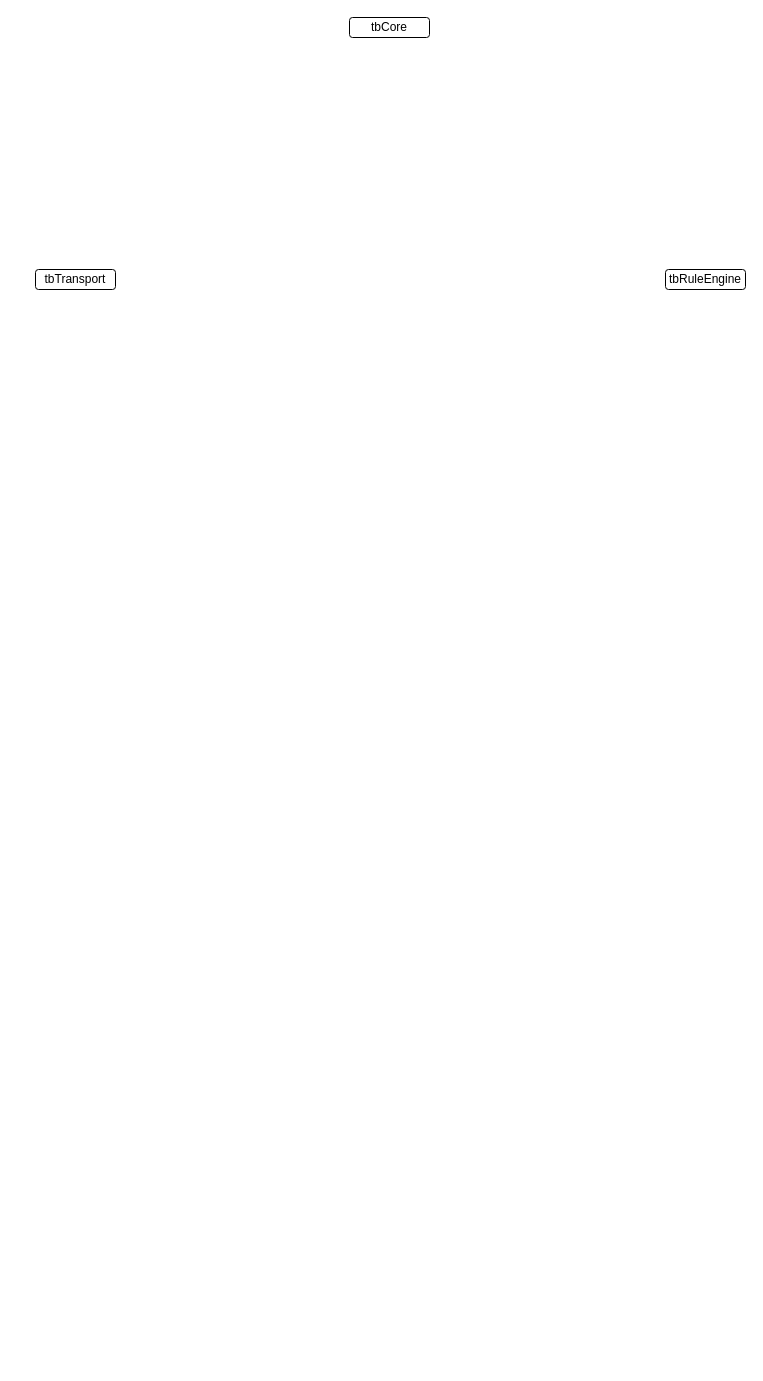
Earlier version of the draw.io diagram 未命名绘图.drawio (1922028065/demo). Source tidied: cells renumbered, new cells numbered last; positions are measured from the earlier drawing's top-left corner, leaving out a move shared by most shapes. Both pictures are drawn from the tidied source at 100%, with x=0, y=0 at pixel (35, 17).
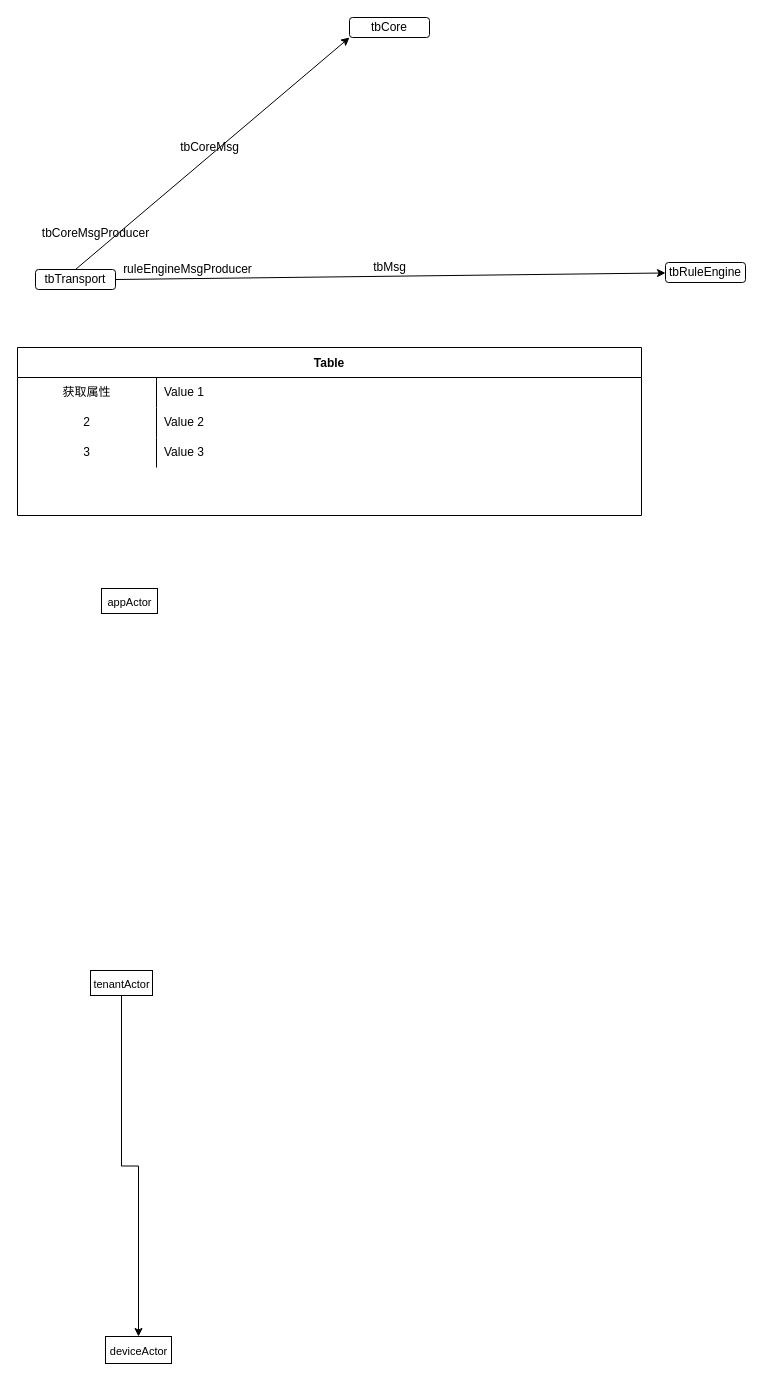
The same diagram, later.

Commit message:
更新未命名绘图.drawio

Unchanged cells that the change refers to:
```xml
<mxCell id="2" value="tbTransport" style="rounded=1;whiteSpace=wrap;html=1;" parent="1" vertex="1">
  <mxGeometry y="252" width="80" height="20" as="geometry" />
</mxCell>
<mxCell id="3" value="tbCore" style="rounded=1;whiteSpace=wrap;html=1;" parent="1" vertex="1">
  <mxGeometry x="314" width="80" height="20" as="geometry" />
</mxCell>
```

The edit, as a diff of the source:
```diff
@@
+    <mxCell id="5" style="endArrow=classic;html=1;rounded=0;exitX=0.5;exitY=0;exitDx=0;exitDy=0;entryX=0;entryY=1;entryDx=0;entryDy=0;" parent="1" edge="1" source="2" target="3">
+      <mxGeometry relative="1" as="geometry" />
+    </mxCell>
+    <mxCell id="6" value="tbCoreMsg" style="text;html=1;align=center;verticalAlign=middle;strokeColor=none;fillColor=none;" parent="1" vertex="1">
+      <mxGeometry x="138" y="118" width="72" height="24" as="geometry" />
+    </mxCell>
+    <mxCell id="7" value="tbCoreMsgProducer" style="text;html=1;align=center;verticalAlign=middle;strokeColor=none;fillColor=none;" parent="1" vertex="1">
+      <mxGeometry y="204" width="120" height="24" as="geometry" />
+    </mxCell>
+    <mxCell id="8" style="endArrow=classic;html=1;rounded=0;exitX=1;exitY=0.5;exitDx=0;exitDy=0;" parent="1" edge="1" source="2" target="4">
+      <mxGeometry relative="1" as="geometry" />
+    </mxCell>
+    <mxCell id="9" value="ruleEngineMsgProducer" style="text;html=1;align=center;verticalAlign=middle;strokeColor=none;fillColor=none;" parent="1" vertex="1">
+      <mxGeometry x="80" y="240" width="144" height="24" as="geometry" />
+    </mxCell>
+    <mxCell id="10" value="tbMsg" style="text;html=1;align=center;verticalAlign=middle;strokeColor=none;fillColor=none;fontColor=#000000;" parent="1" vertex="1">
+      <mxGeometry x="330" y="238" width="48" height="24" as="geometry" />
+    </mxCell>
+    <mxCell id="11" value="Table" style="shape=table;startSize=30;childLayout=tableLayout;rowLines=0;fontStyle=1;labelBackgroundColor=#FFFFFF;fontColor=#000000;" parent="1" vertex="1">
+      <mxGeometry x="-18" y="330" width="624" height="168" as="geometry" />
+    </mxCell>
+    <mxCell id="12" style="shape=tableRow;horizontal=0;startSize=0;swimlaneHead=0;swimlaneBody=0;top=0;left=0;bottom=0;right=0;fillColor=none;labelBackgroundColor=#FFFFFF;fontColor=#000000;" parent="11" vertex="1">
+      <mxGeometry y="30" width="624" height="30" as="geometry" />
+    </mxCell>
+    <mxCell id="13" value="获取属性" style="shape=partialRectangle;html=1;whiteSpace=wrap;fillColor=none;top=0;left=0;bottom=0;right=0;overflow=hidden;labelBackgroundColor=#FFFFFF;fontColor=#000000;" parent="12" vertex="1">
+      <mxGeometry width="139" height="30" as="geometry" />
+    </mxCell>
+    <mxCell id="14" value="Value 1" style="shape=partialRectangle;html=1;whiteSpace=wrap;fillColor=none;top=0;left=0;bottom=0;right=0;align=left;spacingLeft=6;overflow=hidden;labelBackgroundColor=#FFFFFF;fontColor=#000000;" parent="12" vertex="1">
+      <mxGeometry x="139" width="485" height="30" as="geometry" />
+    </mxCell>
+    <mxCell id="15" style="shape=tableRow;horizontal=0;startSize=0;swimlaneHead=0;swimlaneBody=0;top=0;left=0;bottom=0;right=0;fillColor=none;labelBackgroundColor=#FFFFFF;fontColor=#000000;" parent="11" vertex="1">
+      <mxGeometry y="60" width="624" height="30" as="geometry" />
+    </mxCell>
+    <mxCell id="16" value="2" style="shape=partialRectangle;html=1;whiteSpace=wrap;fillColor=none;top=0;left=0;bottom=0;right=0;overflow=hidden;labelBackgroundColor=#FFFFFF;fontColor=#000000;" parent="15" vertex="1">
+      <mxGeometry width="139" height="30" as="geometry" />
+    </mxCell>
+    <mxCell id="17" value="Value 2" style="shape=partialRectangle;html=1;whiteSpace=wrap;fillColor=none;top=0;left=0;bottom=0;right=0;align=left;spacingLeft=6;overflow=hidden;labelBackgroundColor=#FFFFFF;fontColor=#000000;" parent="15" vertex="1">
+      <mxGeometry x="139" width="485" height="30" as="geometry" />
+    </mxCell>
+    <mxCell id="18" style="shape=tableRow;horizontal=0;startSize=0;swimlaneHead=0;swimlaneBody=0;top=0;left=0;bottom=0;right=0;fillColor=none;labelBackgroundColor=#FFFFFF;fontColor=#000000;" parent="11" vertex="1">
+      <mxGeometry y="90" width="624" height="30" as="geometry" />
+    </mxCell>
+    <mxCell id="19" value="3" style="shape=partialRectangle;html=1;whiteSpace=wrap;fillColor=none;top=0;left=0;bottom=0;right=0;overflow=hidden;labelBackgroundColor=#FFFFFF;fontColor=#000000;" parent="18" vertex="1">
+      <mxGeometry width="139" height="30" as="geometry" />
+    </mxCell>
+    <mxCell id="20" value="Value 3" style="shape=partialRectangle;html=1;whiteSpace=wrap;fillColor=none;top=0;left=0;bottom=0;right=0;align=left;spacingLeft=6;overflow=hidden;labelBackgroundColor=#FFFFFF;fontColor=#000000;" parent="18" vertex="1">
+      <mxGeometry x="139" width="485" height="30" as="geometry" />
+    </mxCell>
+    <mxCell id="21" style="edgeStyle=orthogonalEdgeStyle;rounded=0;jettySize=auto;html=1;exitX=0.5;exitY=1;exitDx=0;exitDy=0;fontSize=11;fontColor=#000000;" parent="1" edge="1" source="22" target="23">
+      <mxGeometry relative="1" as="geometry" />
+    </mxCell>
+    <mxCell id="22" value="&lt;span style=&quot;font-size: 11px;&quot;&gt;tenantActor&lt;/span&gt;" style="html=1;labelBackgroundColor=#FFFFFF;fontSize=13;fontColor=#000000;" parent="1" vertex="1">
+      <mxGeometry x="55" y="953" width="62" height="25" as="geometry" />
+    </mxCell>
+    <mxCell id="23" value="&lt;span style=&quot;font-size: 11px;&quot;&gt;deviceActor&lt;/span&gt;" style="html=1;labelBackgroundColor=#FFFFFF;fontSize=13;fontColor=#000000;" parent="1" vertex="1">
+      <mxGeometry x="70" y="1319" width="66" height="27" as="geometry" />
+    </mxCell>
+    <mxCell id="24" value="&lt;pre style=&quot;font-family: Consolas;&quot;&gt;&lt;br&gt;&lt;/pre&gt;" style="text;html=1;align=center;verticalAlign=middle;strokeColor=none;fillColor=none;fontSize=11;fontColor=#000000;" parent="1" vertex="1">
+      <mxGeometry x="484" y="124" width="11" height="40" as="geometry" />
+    </mxCell>
+    <mxCell id="25" value="&lt;span style=&quot;font-size: 11px;&quot;&gt;appActor&lt;/span&gt;" style="html=1;labelBackgroundColor=#FFFFFF;fontSize=13;fontColor=#000000;" parent="1" vertex="1">
+      <mxGeometry x="66" y="571" width="56" height="25" as="geometry" />
+    </mxCell>
     <mxCell id="4" value="tbRuleEngine" style="rounded=1;whiteSpace=wrap;html=1;" parent="1" vertex="1">
-      <mxGeometry x="630" y="252" width="80" height="20" as="geometry" />
+      <mxGeometry x="630" y="245" width="80" height="20" as="geometry" />
     </mxCell>
```
